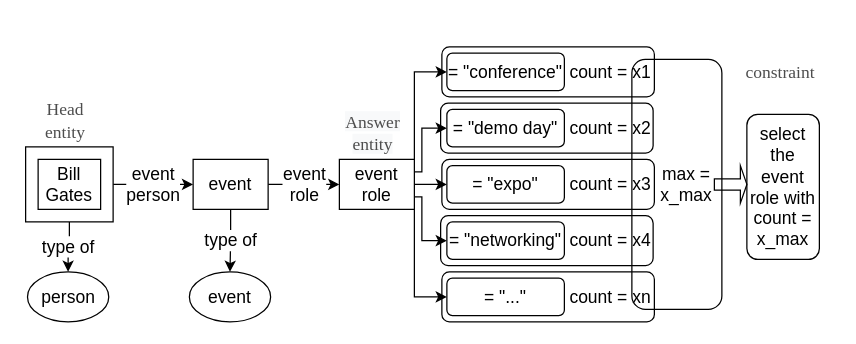
Above: max_constraint.drawio in SilvesterYu/FinQA_Vis (draw.io), before the change. Source tidied: cells renumbered, new cells numbered last; positions are measured from the earlier drawing's top-left corner, leaving out a move shared by most shapes. Both pictures are drawn from the tidied source at 125%, with x=0, y=0 at pixel (25, 21).
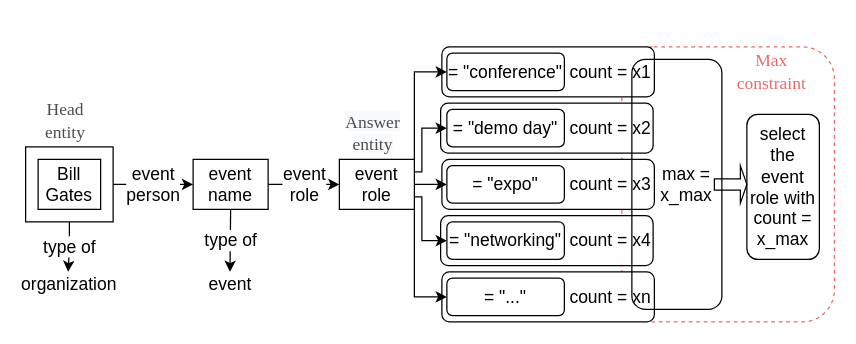
The same diagram, later.

The change refers to these unchanged cells:
```xml
<mxCell id="9" style="verticalLabelPosition=bottom;verticalAlign=top;html=1;shape=mxgraph.basic.frame;dx=10;whiteSpace=wrap;fontSize=14;fontColor=#000000;" parent="1" vertex="1">
  <mxGeometry y="100" width="70" height="60" as="geometry" />
</mxCell>
```

Change to the diagram source:
```diff
@@
+    <mxCell id="38" style="rounded=1;whiteSpace=wrap;html=1;fontFamily=Helvetica;fontSize=10;dashed=1;strokeColor=#EA6B66;" parent="1" vertex="1">
+      <mxGeometry x="477" y="20" width="170" height="220" as="geometry" />
+    </mxCell>
@@
-    <mxCell id="7" value="type of" style="edgeStyle=orthogonalEdgeStyle;rounded=0;jettySize=auto;html=1;exitX=0.5;exitY=1;exitDx=0;exitDy=0;exitPerimeter=0;entryX=0.5;entryY=0;entryDx=0;entryDy=0;fontSize=14;fontColor=#000000;" parent="1" edge="1" source="9" target="11">
-      <mxGeometry relative="1" as="geometry" />
+    <mxCell id="7" value="type of" style="edgeStyle=orthogonalEdgeStyle;rounded=0;jettySize=auto;html=1;exitX=0.5;exitY=1;exitDx=0;exitDy=0;exitPerimeter=0;entryX=0.5;entryY=0;entryDx=0;entryDy=0;fontSize=14;fontColor=#000000;" parent="1" edge="1" source="9">
+      <mxGeometry relative="1" as="geometry">
+        <mxPoint x="34" y="200" as="targetPoint" />
+      </mxGeometry>
     </mxCell>
@@
-    <mxCell id="11" value="person" style="ellipse;whiteSpace=wrap;html=1;fontSize=14;fontColor=#000000;" parent="1" vertex="1">
-      <mxGeometry x="1.5" y="200" width="65" height="40" as="geometry" />
-    </mxCell>
-    <mxCell id="12" value="type of" style="edgeStyle=orthogonalEdgeStyle;rounded=0;jettySize=auto;html=1;exitX=0.5;exitY=1;exitDx=0;exitDy=0;entryX=0.5;entryY=0;entryDx=0;entryDy=0;fontSize=14;fontColor=#000000;" parent="1" edge="1" source="14" target="15">
-      <mxGeometry relative="1" as="geometry" />
+    <mxCell id="12" value="type of" style="edgeStyle=orthogonalEdgeStyle;rounded=0;jettySize=auto;html=1;exitX=0.5;exitY=1;exitDx=0;exitDy=0;entryX=0.5;entryY=0;entryDx=0;entryDy=0;fontSize=14;fontColor=#000000;" parent="1" edge="1" source="14">
+      <mxGeometry relative="1" as="geometry">
+        <mxPoint x="163.5" y="200" as="targetPoint" />
+      </mxGeometry>
     </mxCell>
@@
-    <mxCell id="14" value="event" style="rounded=0;whiteSpace=wrap;html=1;fontSize=14;fontColor=#000000;" parent="1" vertex="1">
+    <mxCell id="14" value="event&lt;br&gt;name" style="rounded=0;whiteSpace=wrap;html=1;fontSize=14;fontColor=#000000;" parent="1" vertex="1">
       <mxGeometry x="134" y="110" width="60" height="40" as="geometry" />
     </mxCell>
-    <mxCell id="15" value="event" style="ellipse;whiteSpace=wrap;html=1;fontSize=14;fontColor=#000000;" parent="1" vertex="1">
-      <mxGeometry x="131" y="200" width="65" height="40" as="geometry" />
-    </mxCell>
@@
-    <mxCell id="37" value="&lt;font color=&quot;#4d4d4d&quot; face=&quot;Times New Roman&quot;&gt;constraint&lt;/font&gt;" style="text;html=1;strokeColor=none;fillColor=none;align=center;verticalAlign=middle;whiteSpace=wrap;rounded=0;fontSize=14;fontColor=#3399FF;" parent="1" vertex="1">
-      <mxGeometry x="574" width="60" height="80" as="geometry" />
+    <mxCell id="37" value="&lt;font color=&quot;#ea6b66&quot; face=&quot;Times New Roman&quot;&gt;Max constraint&lt;/font&gt;" style="text;html=1;strokeColor=none;fillColor=none;align=center;verticalAlign=middle;whiteSpace=wrap;rounded=0;fontSize=14;fontColor=#3399FF;" parent="1" vertex="1">
+      <mxGeometry x="567" width="60" height="80" as="geometry" />
     </mxCell>
+    <mxCell id="39" value="&lt;font style=&quot;font-size: 14px;&quot; color=&quot;#000000&quot;&gt;organization&lt;/font&gt;" style="text;html=1;strokeColor=none;fillColor=none;align=center;verticalAlign=middle;whiteSpace=wrap;rounded=0;fontSize=12;fontColor=#EA6B66;" parent="1" vertex="1">
+      <mxGeometry x="5" y="195" width="60" height="30" as="geometry" />
+    </mxCell>
+    <mxCell id="15" value="&lt;font style=&quot;font-size: 14px;&quot; color=&quot;#000000&quot;&gt;event&lt;/font&gt;" style="text;html=1;strokeColor=none;fillColor=none;align=center;verticalAlign=middle;whiteSpace=wrap;rounded=0;fontSize=12;fontColor=#EA6B66;" parent="1" vertex="1">
+      <mxGeometry x="134" y="195" width="60" height="30" as="geometry" />
+    </mxCell>
```
